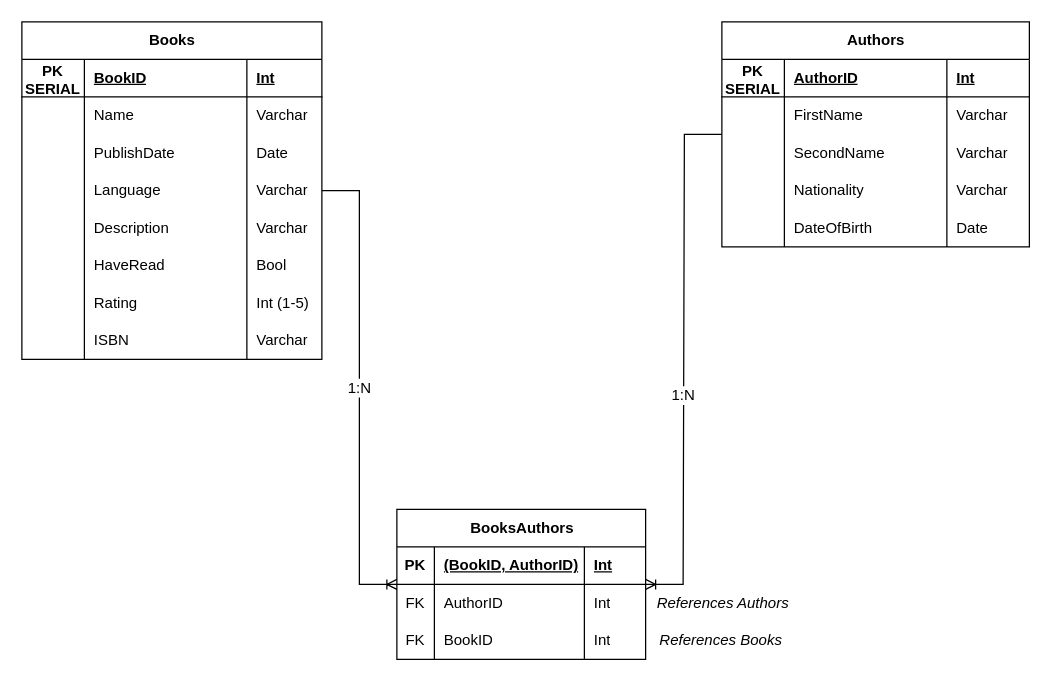
Above: navrhy/DB navrh - elektlabs.drawio in MatyasBalcar/elektlabs-staz (draw.io), before the change. Source tidied: cells renumbered, new cells numbered last; positions are measured from the earlier drawing's top-left corner, leaving out a move shared by most shapes. Both pictures are drawn from the tidied source at 125%, with x=0, y=0 at pixel (21, 21).
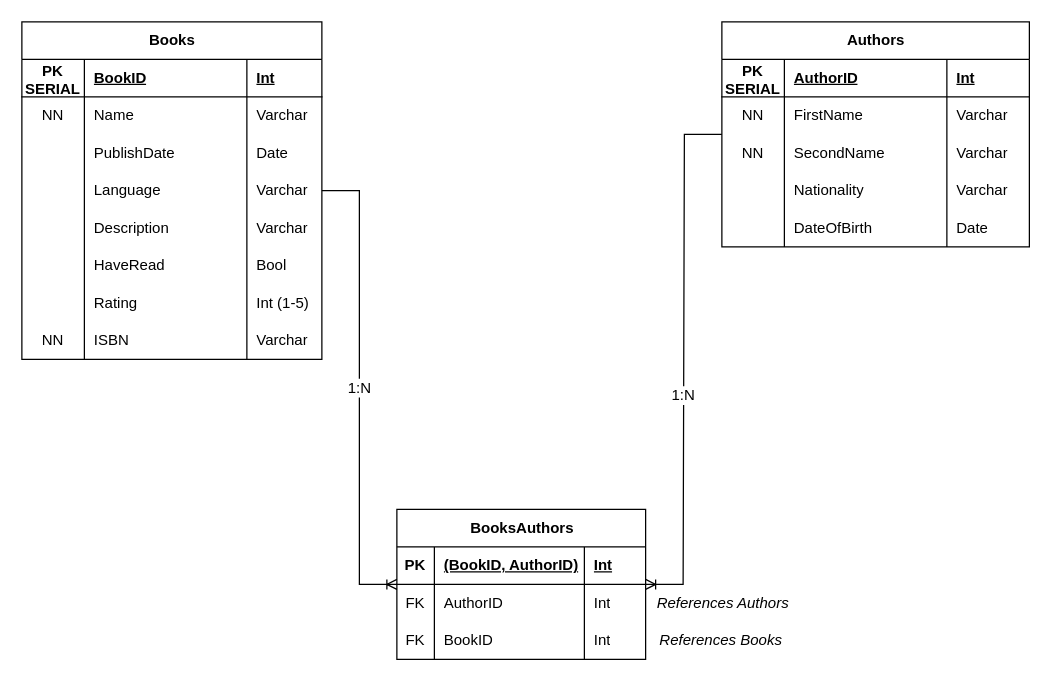
The same diagram, later.

Commit message:
add Not Null to Books and Authors

The change refers to these unchanged cells:
```xml
<mxCell id="7" style="shape=tableRow;horizontal=0;startSize=0;swimlaneHead=0;swimlaneBody=0;fillColor=none;top=0;left=0;right=0;bottom=0;rounded=0;" parent="2" vertex="1">
  <mxGeometry y="60" width="240" height="30" as="geometry" />
</mxCell>
<mxCell id="31" style="shape=tableRow;horizontal=0;startSize=0;swimlaneHead=0;swimlaneBody=0;fillColor=none;top=0;left=0;right=0;bottom=0;rounded=0;" parent="2" vertex="1">
  <mxGeometry y="240" width="240" height="30" as="geometry" />
</mxCell>
<mxCell id="40" style="shape=tableRow;horizontal=0;startSize=0;swimlaneHead=0;swimlaneBody=0;fillColor=none;top=0;left=0;right=0;bottom=0;rounded=0;" parent="35" vertex="1">
  <mxGeometry y="60" width="246" height="30" as="geometry" />
</mxCell>
<mxCell id="44" style="shape=tableRow;horizontal=0;startSize=0;swimlaneHead=0;swimlaneBody=0;fillColor=none;top=0;left=0;right=0;bottom=0;rounded=0;" parent="35" vertex="1">
  <mxGeometry y="90" width="246" height="30" as="geometry" />
</mxCell>
```

What changed in the source:
```diff
@@
-    <mxCell id="8" style="shape=partialRectangle;fillColor=none;top=0;left=0;bottom=0;right=0;overflow=hidden;whiteSpace=wrap;html=1;rounded=0;" parent="7" vertex="1">
+    <mxCell id="8" value="NN" style="shape=partialRectangle;fillColor=none;top=0;left=0;bottom=0;right=0;overflow=hidden;whiteSpace=wrap;html=1;rounded=0;" parent="7" vertex="1">
       <mxGeometry width="50" height="30" as="geometry" />
     </mxCell>
@@
-    <mxCell id="32" style="shape=partialRectangle;fillColor=none;top=0;left=0;bottom=0;right=0;overflow=hidden;whiteSpace=wrap;html=1;rounded=0;" parent="31" vertex="1">
+    <mxCell id="32" value="NN" style="shape=partialRectangle;fillColor=none;top=0;left=0;bottom=0;right=0;overflow=hidden;whiteSpace=wrap;html=1;rounded=0;" parent="31" vertex="1">
       <mxGeometry width="50" height="30" as="geometry" />
     </mxCell>
@@
-    <mxCell id="41" style="shape=partialRectangle;fillColor=none;top=0;left=0;bottom=0;right=0;overflow=hidden;whiteSpace=wrap;html=1;rounded=0;" parent="40" vertex="1">
+    <mxCell id="41" value="NN" style="shape=partialRectangle;fillColor=none;top=0;left=0;bottom=0;right=0;overflow=hidden;whiteSpace=wrap;html=1;rounded=0;" parent="40" vertex="1">
       <mxGeometry width="50" height="30" as="geometry" />
     </mxCell>
@@
-    <mxCell id="45" style="shape=partialRectangle;fillColor=none;top=0;left=0;bottom=0;right=0;overflow=hidden;whiteSpace=wrap;html=1;rounded=0;" parent="44" vertex="1">
+    <mxCell id="45" value="NN" style="shape=partialRectangle;fillColor=none;top=0;left=0;bottom=0;right=0;overflow=hidden;whiteSpace=wrap;html=1;rounded=0;" parent="44" vertex="1">
       <mxGeometry width="50" height="30" as="geometry" />
     </mxCell>
```
